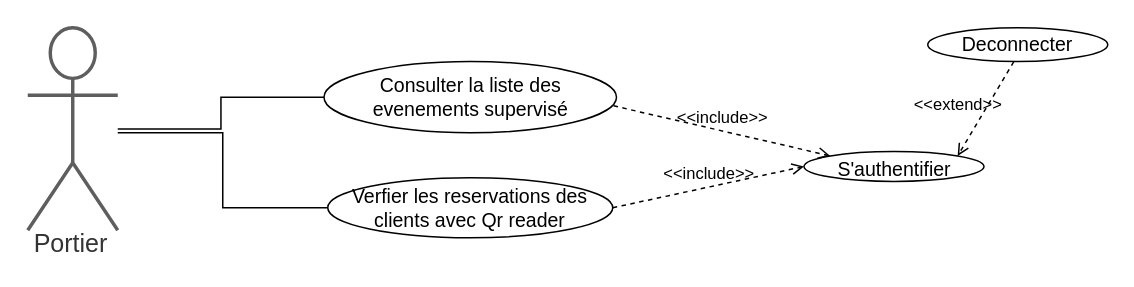
The draw.io diagram Diagram de cas utilisation/3-portier_VF.drawio in mohamedimem/event-, before the edit. Source tidied: cells renumbered, new cells numbered last; positions are measured from the earlier drawing's top-left corner, leaving out a move shared by most shapes. Both pictures are drawn from the tidied source at 150%, with x=0, y=0 at pixel (27, 27).
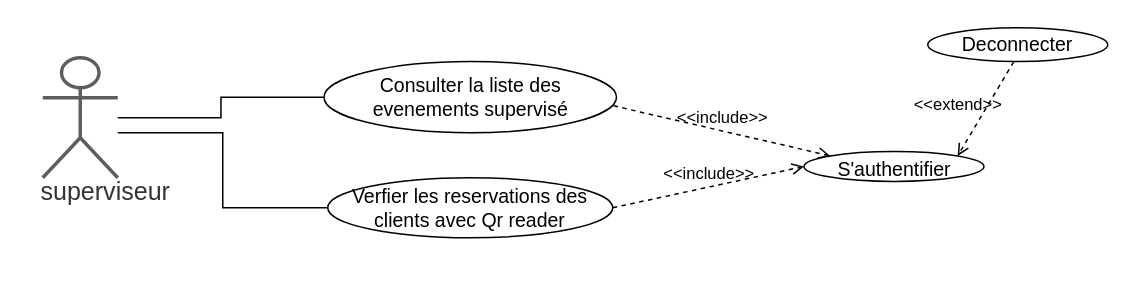
The same page after the edit.

Commit message:
Mettre à jour 3-portier_VF.drawio

Change to the diagram source:
```diff
@@
 <mxGraphModel>
   <root>
     <mxCell id="0" />
     <mxCell id="1" parent="0" />
-    <mxCell id="2" value="Portier" style="html=1;overflow=block;blockSpacing=1;shape=umlActor;labelPosition=center;verticalLabelPosition=bottom;verticalAlign=top;whiteSpace=nowrap;fontSize=16.7;fontColor=#333333;align=center;spacing=0;strokeColor=#5e5e5e;strokeOpacity=100;rounded=1;absoluteArcSize=1;arcSize=9;strokeWidth=2.3;lucidId=wAitfE4UTxwo;" parent="1" vertex="1">
-      <mxGeometry width="60" height="135" as="geometry" />
+    <mxCell id="2" value="superviseur" style="html=1;overflow=block;blockSpacing=1;shape=umlActor;labelPosition=center;verticalLabelPosition=bottom;verticalAlign=top;whiteSpace=nowrap;fontSize=16.7;fontColor=#333333;align=center;spacing=0;strokeColor=#5e5e5e;strokeOpacity=100;rounded=1;absoluteArcSize=1;arcSize=9;strokeWidth=2.3;lucidId=wAitfE4UTxwo;" parent="1" vertex="1">
+      <mxGeometry x="10" y="20" width="50" height="80" as="geometry" />
     </mxCell>
     <mxCell id="3" style="edgeStyle=orthogonalEdgeStyle;rounded=0;jettySize=auto;html=1;exitX=0;exitY=0.5;exitDx=0;exitDy=0;endArrow=none;endFill=0;" parent="1" edge="1" source="4" target="2">
       <mxGeometry relative="1" as="geometry" />
     </mxCell>
     <mxCell id="4" value="Consulter la liste des evenements supervisé" style="html=1;overflow=block;blockSpacing=1;whiteSpace=wrap;ellipse;fontSize=13;spacing=3.8;strokeColor=default;strokeOpacity=100;rounded=1;absoluteArcSize=1;arcSize=9;strokeWidth=1;lucidId=eDitzyq0~7Tt;" parent="1" vertex="1">
       <mxGeometry x="197.5" y="22.5" width="195" height="47.5" as="geometry" />
     </mxCell>
     <mxCell id="5" style="edgeStyle=orthogonalEdgeStyle;rounded=0;jettySize=auto;html=1;endArrow=none;endFill=0;" parent="1" edge="1" source="6">
       <mxGeometry relative="1" as="geometry">
         <mxPoint x="60" y="70" as="targetPoint" />
         <Array as="points">
           <mxPoint x="130" y="120" />
           <mxPoint x="130" y="70" />
         </Array>
       </mxGeometry>
     </mxCell>
     <mxCell id="6" value="Verfier les reservations des clients avec Qr reader" style="html=1;overflow=block;blockSpacing=1;whiteSpace=wrap;ellipse;fontSize=13;spacing=3.8;strokeColor=default;strokeOpacity=100;rounded=1;absoluteArcSize=1;arcSize=9;strokeWidth=1;lucidId=tDitnoB0Gj56;" parent="1" vertex="1">
       <mxGeometry x="200" y="100" width="190" height="40" as="geometry" />
     </mxCell>
     <mxCell id="7" value="S'authentifier" style="html=1;overflow=block;blockSpacing=1;whiteSpace=wrap;ellipse;fontSize=13;spacing=3.8;strokeColor=default;strokeOpacity=100;rounded=1;absoluteArcSize=1;arcSize=9;strokeWidth=1;lucidId=XvitAHHM73nt;" parent="1" vertex="1">
       <mxGeometry x="517.5" y="82.5" width="120" height="20" as="geometry" />
     </mxCell>
     <mxCell id="8" value="Deconnecter" style="html=1;overflow=block;blockSpacing=1;whiteSpace=wrap;ellipse;fontSize=13;spacing=3.8;strokeColor=default;strokeOpacity=100;rounded=1;absoluteArcSize=1;arcSize=9;strokeWidth=1;lucidId=XvitmW9DInrr;" parent="1" vertex="1">
       <mxGeometry x="600" width="120" height="22.5" as="geometry" />
     </mxCell>
     <mxCell id="9" value="&amp;lt;&amp;lt;include&amp;gt;&amp;gt;" style="html=1;verticalAlign=bottom;labelBackgroundColor=none;endArrow=open;endFill=0;dashed=1;rounded=0;entryX=0;entryY=0;entryDx=0;entryDy=0;exitX=0.99;exitY=0.622;exitDx=0;exitDy=0;exitPerimeter=0;strokeColor=default;strokeWidth=1;" parent="1" edge="1" source="4" target="7">
       <mxGeometry relative="1" as="geometry" />
     </mxCell>
     <mxCell id="10" value="&amp;lt;&amp;lt;include&amp;gt;&amp;gt;" style="html=1;verticalAlign=bottom;labelBackgroundColor=none;endArrow=open;endFill=0;dashed=1;rounded=0;entryX=0;entryY=0.5;entryDx=0;entryDy=0;exitX=1;exitY=0.5;exitDx=0;exitDy=0;strokeColor=default;strokeWidth=1;" parent="1" edge="1" source="6" target="7">
       <mxGeometry relative="1" as="geometry" />
     </mxCell>
     <mxCell id="11" value="&amp;lt;&amp;lt;extend&amp;gt;&amp;gt;" style="html=1;verticalAlign=bottom;labelBackgroundColor=none;endArrow=open;endFill=0;dashed=1;rounded=0;entryX=1;entryY=0;entryDx=0;entryDy=0;strokeColor=default;strokeWidth=1;exitX=0.478;exitY=1.007;exitDx=0;exitDy=0;exitPerimeter=0;" parent="1" edge="1" source="8" target="7">
       <mxGeometry x="0.4" y="-13" relative="1" as="geometry" />
     </mxCell>
   </root>
 </mxGraphModel>
```
